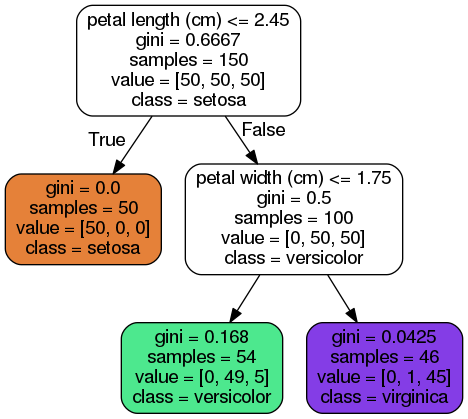
cmpatino/Hands-On-MachineLearning keeps this Graphviz diagram as images/iris_tree.png. Above is the earlier version. Its source is kept beside it as images/iris_tree.dot. The source it was exported from:
```dot
digraph Tree {
node [shape=box, style="filled, rounded", color="black", fontname=helvetica] ;
edge [fontname=helvetica] ;
0 [label="petal length (cm) <= 2.45\ngini = 0.6667\nsamples = 150\nvalue = [50, 50, 50]\nclass = setosa", fillcolor="#e5813900"] ;
1 [label="gini = 0.0\nsamples = 50\nvalue = [50, 0, 0]\nclass = setosa", fillcolor="#e58139ff"] ;
0 -> 1 [labeldistance=2.5, labelangle=45, headlabel="True"] ;
2 [label="petal width (cm) <= 1.75\ngini = 0.5\nsamples = 100\nvalue = [0, 50, 50]\nclass = versicolor", fillcolor="#39e58100"] ;
0 -> 2 [labeldistance=2.5, labelangle=-45, headlabel="False"] ;
3 [label="gini = 0.168\nsamples = 54\nvalue = [0, 49, 5]\nclass = versicolor", fillcolor="#39e581e5"] ;
2 -> 3 ;
4 [label="gini = 0.0425\nsamples = 46\nvalue = [0, 1, 45]\nclass = virginica", fillcolor="#8139e5f9"] ;
2 -> 4 ;
}
```
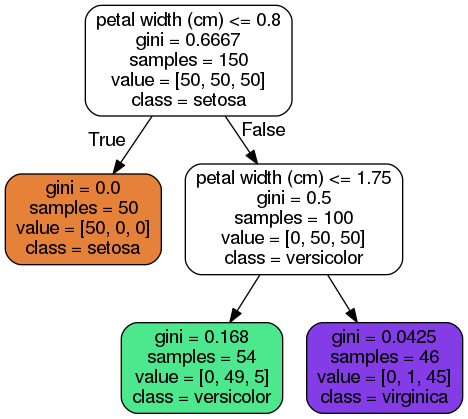
After the change.

Diff of the diagram source:
```diff
@@ -1,7 +1,7 @@
 digraph Tree {
 node [shape=box, style="filled, rounded", color="black", fontname=helvetica] ;
 edge [fontname=helvetica] ;
-0 [label="petal length (cm) <= 2.45\ngini = 0.6667\nsamples = 150\nvalue = [50, 50, 50]\nclass = setosa", fillcolor="#e5813900"] ;
+0 [label="petal width (cm) <= 0.8\ngini = 0.6667\nsamples = 150\nvalue = [50, 50, 50]\nclass = setosa", fillcolor="#e5813900"] ;
 1 [label="gini = 0.0\nsamples = 50\nvalue = [50, 0, 0]\nclass = setosa", fillcolor="#e58139ff"] ;
 0 -> 1 [labeldistance=2.5, labelangle=45, headlabel="True"] ;
 2 [label="petal width (cm) <= 1.75\ngini = 0.5\nsamples = 100\nvalue = [0, 50, 50]\nclass = versicolor", fillcolor="#39e58100"] ;
```
